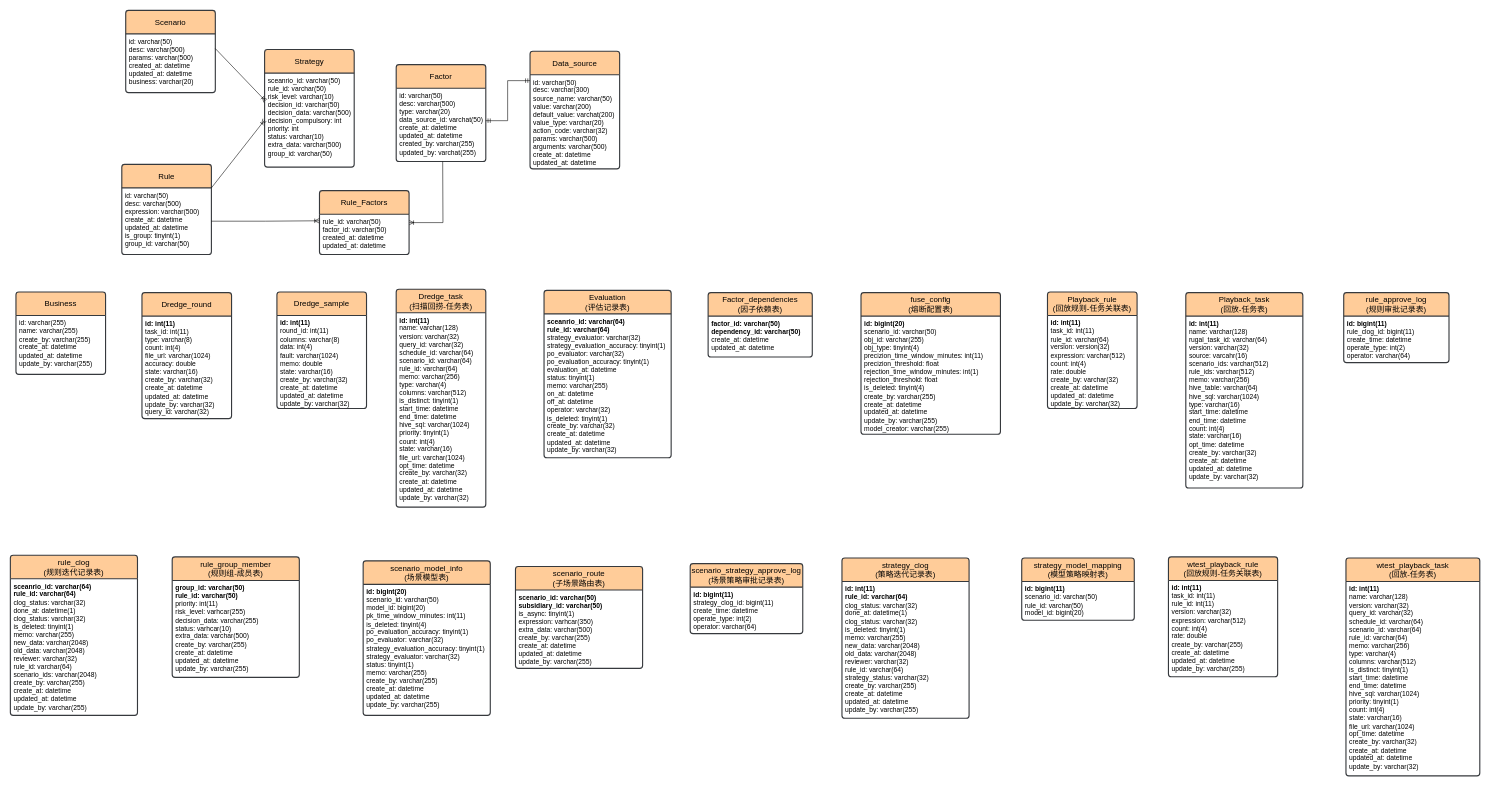
This is pictures/hammurabi-er1.drawio from Pumpkin9841/pictures, a draw.io file, before an edit. Source tidied: cells renumbered, new cells numbered last; positions are measured from the earlier drawing's top-left corner, leaving out a move shared by most shapes. Both pictures are drawn from the tidied source at 56%, with x=0, y=0 at pixel (10, 10).
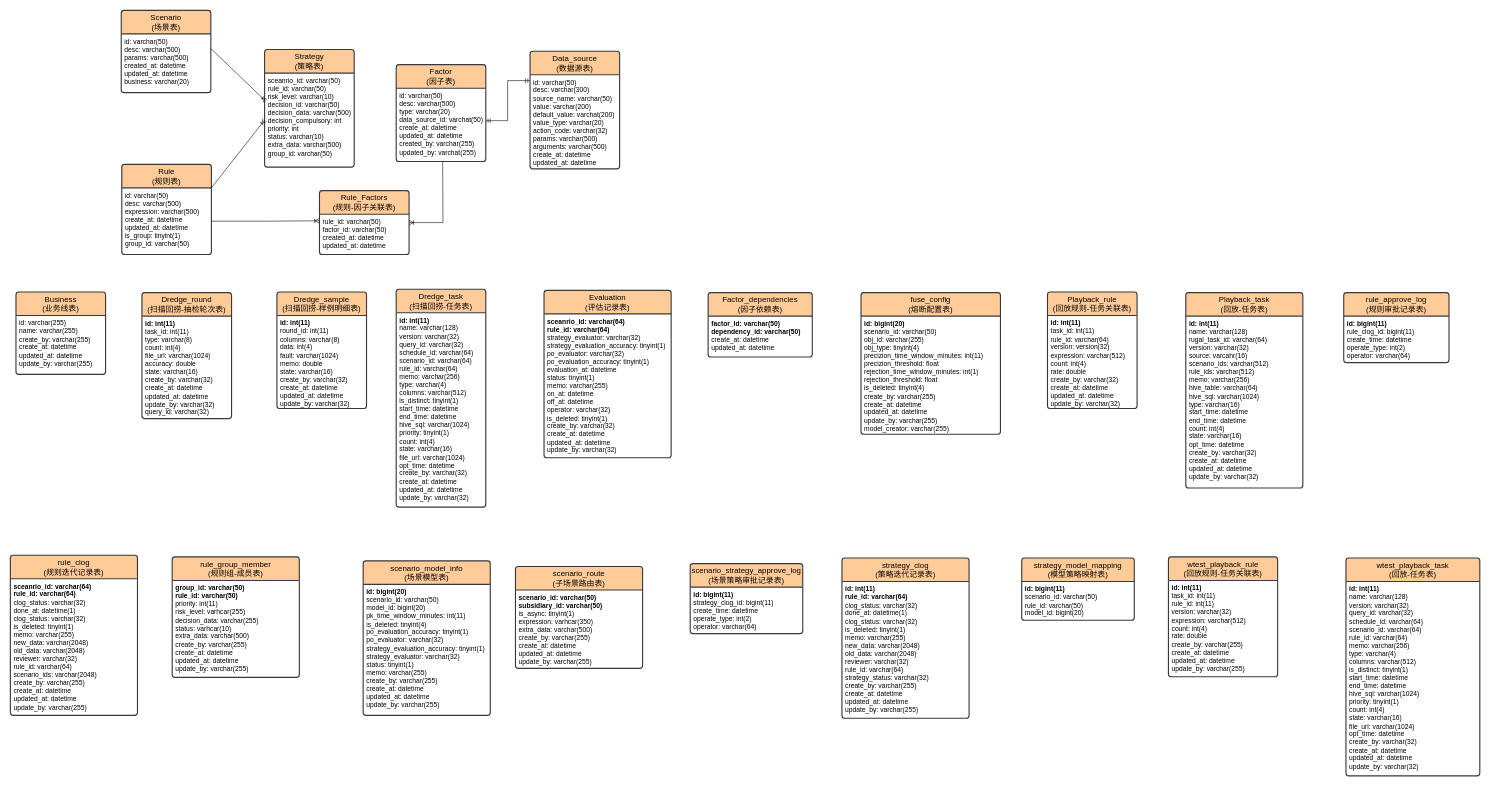
Above is the later version.

Commit message:
补全表中文名

The edit, as a diff of the source:
```diff
@@
-    <mxCell id="2" value="Rule" style="swimlane;horizontal=1;startSize=42;rounded=1;fontSize=14;fontStyle=0;strokeWidth=2;shadow=0;dashed=0;align=center;arcSize=4;whiteSpace=wrap;html=1;fillColor=#ffcc99;strokeColor=#36393d;" parent="1" vertex="1">
+    <mxCell id="2" value="Rule&lt;br&gt;(规则表)" style="swimlane;horizontal=1;startSize=42;rounded=1;fontSize=14;fontStyle=0;strokeWidth=2;shadow=0;dashed=0;align=center;arcSize=4;whiteSpace=wrap;html=1;fillColor=#ffcc99;strokeColor=#36393d;" parent="1" vertex="1">
       <mxGeometry x="199" y="275" width="160" height="161" as="geometry" />
     </mxCell>
@@
-    <mxCell id="5" value="Scenario" style="swimlane;horizontal=1;startSize=42;rounded=1;fontSize=14;fontStyle=0;strokeWidth=2;shadow=0;dashed=0;align=center;arcSize=4;whiteSpace=wrap;html=1;fillColor=#ffcc99;strokeColor=#36393d;" parent="1" vertex="1">
-      <mxGeometry x="206" width="160" height="147" as="geometry" />
+    <mxCell id="5" value="Scenario&lt;br&gt;(场景表)" style="swimlane;horizontal=1;startSize=42;rounded=1;fontSize=14;fontStyle=0;strokeWidth=2;shadow=0;dashed=0;align=center;arcSize=4;whiteSpace=wrap;html=1;fillColor=#ffcc99;strokeColor=#36393d;" parent="1" vertex="1">
+      <mxGeometry x="198" width="160" height="147" as="geometry" />
     </mxCell>
@@
-    <mxCell id="8" value="Factor" style="swimlane;horizontal=1;startSize=42;rounded=1;fontSize=14;fontStyle=0;strokeWidth=2;shadow=0;dashed=0;align=center;arcSize=4;whiteSpace=wrap;html=1;fillColor=#ffcc99;strokeColor=#36393d;" parent="1" vertex="1">
+    <mxCell id="8" value="Factor&lt;br&gt;(因子表)" style="swimlane;horizontal=1;startSize=42;rounded=1;fontSize=14;fontStyle=0;strokeWidth=2;shadow=0;dashed=0;align=center;arcSize=4;whiteSpace=wrap;html=1;fillColor=#ffcc99;strokeColor=#36393d;" parent="1" vertex="1">
       <mxGeometry x="689" y="97" width="160" height="173" as="geometry" />
     </mxCell>
@@
-    <mxCell id="11" value="Data_source" style="swimlane;horizontal=1;startSize=42;rounded=1;fontSize=14;fontStyle=0;strokeWidth=2;shadow=0;dashed=0;align=center;arcSize=4;whiteSpace=wrap;html=1;fillColor=#ffcc99;strokeColor=#36393d;" parent="1" vertex="1">
+    <mxCell id="11" value="Data_source&lt;br&gt;(数据源表)" style="swimlane;horizontal=1;startSize=42;rounded=1;fontSize=14;fontStyle=0;strokeWidth=2;shadow=0;dashed=0;align=center;arcSize=4;whiteSpace=wrap;html=1;fillColor=#ffcc99;strokeColor=#36393d;" parent="1" vertex="1">
       <mxGeometry x="928" y="73" width="160" height="210" as="geometry" />
     </mxCell>
@@
-    <mxCell id="15" value="Strategy" style="swimlane;horizontal=1;startSize=42;rounded=1;fontSize=14;fontStyle=0;strokeWidth=2;shadow=0;dashed=0;align=center;arcSize=4;whiteSpace=wrap;html=1;fillColor=#ffcc99;strokeColor=#36393d;" parent="1" vertex="1">
+    <mxCell id="15" value="Strategy&lt;br&gt;(策略表)" style="swimlane;horizontal=1;startSize=42;rounded=1;fontSize=14;fontStyle=0;strokeWidth=2;shadow=0;dashed=0;align=center;arcSize=4;whiteSpace=wrap;html=1;fillColor=#ffcc99;strokeColor=#36393d;" parent="1" vertex="1">
       <mxGeometry x="454" y="70" width="160" height="210" as="geometry" />
     </mxCell>
@@
-    <mxCell id="21" value="Rule_Factors" style="swimlane;horizontal=1;startSize=42;rounded=1;fontSize=14;fontStyle=0;strokeWidth=2;shadow=0;dashed=0;align=center;arcSize=4;whiteSpace=wrap;html=1;fillColor=#ffcc99;strokeColor=#36393d;" parent="1" vertex="1">
+    <mxCell id="21" value="Rule_Factors&lt;br&gt;(规则-因子关联表)" style="swimlane;horizontal=1;startSize=42;rounded=1;fontSize=14;fontStyle=0;strokeWidth=2;shadow=0;dashed=0;align=center;arcSize=4;whiteSpace=wrap;html=1;fillColor=#ffcc99;strokeColor=#36393d;" parent="1" vertex="1">
       <mxGeometry x="552" y="322" width="160" height="114" as="geometry" />
     </mxCell>
@@
-    <mxCell id="25" value="Business" style="swimlane;horizontal=1;startSize=42;rounded=1;fontSize=14;fontStyle=0;strokeWidth=2;shadow=0;dashed=0;align=center;arcSize=4;whiteSpace=wrap;html=1;fillColor=#ffcc99;strokeColor=#36393d;" parent="1" vertex="1">
+    <mxCell id="25" value="Business&lt;br&gt;(业务线表)" style="swimlane;horizontal=1;startSize=42;rounded=1;fontSize=14;fontStyle=0;strokeWidth=2;shadow=0;dashed=0;align=center;arcSize=4;whiteSpace=wrap;html=1;fillColor=#ffcc99;strokeColor=#36393d;" parent="1" vertex="1">
       <mxGeometry x="10" y="503" width="160" height="147" as="geometry" />
     </mxCell>
@@
-    <mxCell id="28" value="Dredge_round" style="swimlane;horizontal=1;startSize=42;rounded=1;fontSize=14;fontStyle=0;strokeWidth=2;shadow=0;dashed=0;align=center;arcSize=4;whiteSpace=wrap;html=1;fillColor=#ffcc99;strokeColor=#36393d;" parent="1" vertex="1">
+    <mxCell id="28" value="Dredge_round&lt;br&gt;(扫描回捞-抽检轮次表)" style="swimlane;horizontal=1;startSize=42;rounded=1;fontSize=14;fontStyle=0;strokeWidth=2;shadow=0;dashed=0;align=center;arcSize=4;whiteSpace=wrap;html=1;fillColor=#ffcc99;strokeColor=#36393d;" parent="1" vertex="1">
       <mxGeometry x="235" y="504" width="160" height="225" as="geometry" />
     </mxCell>
@@
-    <mxCell id="31" value="Dredge_sample" style="swimlane;horizontal=1;startSize=42;rounded=1;fontSize=14;fontStyle=0;strokeWidth=2;shadow=0;dashed=0;align=center;arcSize=4;whiteSpace=wrap;html=1;fillColor=#ffcc99;strokeColor=#36393d;" parent="1" vertex="1">
+    <mxCell id="31" value="Dredge_sample&lt;br&gt;(扫描回捞-样例明细表)" style="swimlane;horizontal=1;startSize=42;rounded=1;fontSize=14;fontStyle=0;strokeWidth=2;shadow=0;dashed=0;align=center;arcSize=4;whiteSpace=wrap;html=1;fillColor=#ffcc99;strokeColor=#36393d;" parent="1" vertex="1">
       <mxGeometry x="476" y="503" width="160" height="208" as="geometry" />
     </mxCell>
```
